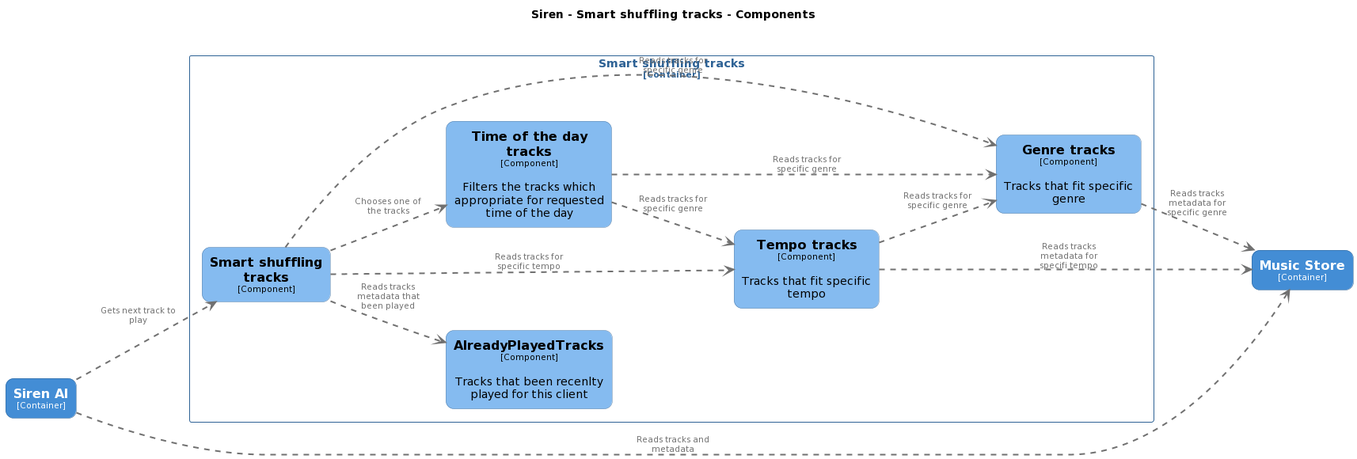
DenisZhukovski/Siren keeps this PlantUML diagram as docs/Siren.SmatrShuffling.Component.png. Above is the earlier version.
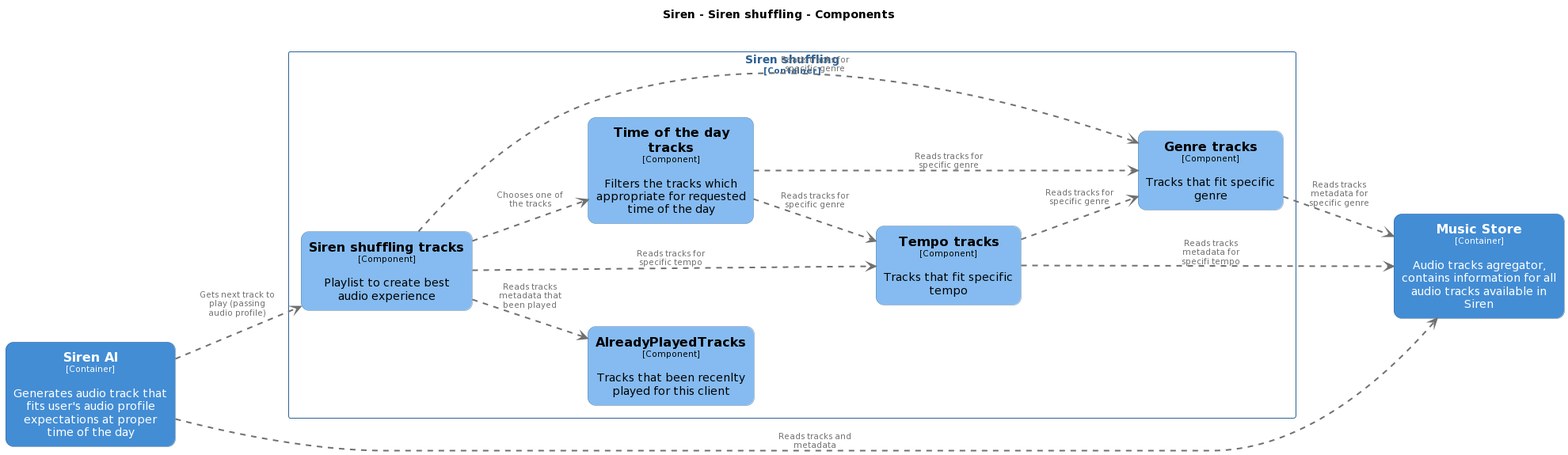
After the change.

What changed in the source:
```diff
@@ -1,6 +1,6 @@
 @startuml
 set separator none
-title Siren - Smart shuffling tracks - Components
+title Siren - Siren shuffling - Components
 
 left to right direction
 
@@ -13,14 +13,14 @@
 
 hide stereotype
 
-skinparam rectangle<<Siren.Smartshufflingtracks.AlreadyPlayedTracks>> {
+skinparam rectangle<<Siren.Sirenshuffling.AlreadyPlayedTracks>> {
   BackgroundColor #85bbf0
   FontColor #000000
   BorderColor #5d82a8
   roundCorner 20
   shadowing false
 }
-skinparam rectangle<<Siren.Smartshufflingtracks.Genretracks>> {
+skinparam rectangle<<Siren.Sirenshuffling.Genretracks>> {
   BackgroundColor #85bbf0
   FontColor #000000
   BorderColor #5d82a8
@@ -41,53 +41,53 @@
   roundCorner 20
   shadowing false
 }
-skinparam rectangle<<Siren.Smartshufflingtracks.Smartshufflingtracks>> {
+skinparam rectangle<<Siren.Sirenshuffling.Sirenshufflingtracks>> {
   BackgroundColor #85bbf0
   FontColor #000000
   BorderColor #5d82a8
   roundCorner 20
   shadowing false
 }
-skinparam rectangle<<Siren.Smartshufflingtracks.Tempotracks>> {
+skinparam rectangle<<Siren.Sirenshuffling.Tempotracks>> {
   BackgroundColor #85bbf0
   FontColor #000000
   BorderColor #5d82a8
   roundCorner 20
   shadowing false
 }
-skinparam rectangle<<Siren.Smartshufflingtracks.Timeofthedaytracks>> {
+skinparam rectangle<<Siren.Sirenshuffling.Timeofthedaytracks>> {
   BackgroundColor #85bbf0
   FontColor #000000
   BorderColor #5d82a8
   roundCorner 20
   shadowing false
 }
-skinparam rectangle<<Siren.Smartshufflingtracks>> {
+skinparam rectangle<<Siren.Sirenshuffling>> {
   BorderColor #2e6295
   FontColor #2e6295
   shadowing false
 }
 
-rectangle "==Music Store\n<size:10>[Container]</size>" <<Siren.MusicStore>> as Siren.MusicStore
-rectangle "==Siren AI\n<size:10>[Container]</size>" <<Siren.SirenAI>> as Siren.SirenAI
+rectangle "==Siren AI\n<size:10>[Container]</size>\n\nGenerates audio track that fits user's audio profile expectations at proper time of the day" <<Siren.SirenAI>> as Siren.SirenAI
+rectangle "==Music Store\n<size:10>[Container]</size>\n\nAudio tracks agregator, contains information for all audio tracks available in Siren" <<Siren.MusicStore>> as Siren.MusicStore
 
-rectangle "Smart shuffling tracks\n<size:10>[Container]</size>" <<Siren.Smartshufflingtracks>> {
-  rectangle "==Smart shuffling tracks\n<size:10>[Component]</size>" <<Siren.Smartshufflingtracks.Smartshufflingtracks>> as Siren.Smartshufflingtracks.Smartshufflingtracks
-  rectangle "==AlreadyPlayedTracks\n<size:10>[Component]</size>\n\nTracks that been recenlty played for this client" <<Siren.Smartshufflingtracks.AlreadyPlayedTracks>> as Siren.Smartshufflingtracks.AlreadyPlayedTracks
-  rectangle "==Time of the day tracks\n<size:10>[Component]</size>\n\nFilters the tracks which appropriate for requested time of the day" <<Siren.Smartshufflingtracks.Timeofthedaytracks>> as Siren.Smartshufflingtracks.Timeofthedaytracks
-  rectangle "==Tempo tracks\n<size:10>[Component]</size>\n\nTracks that fit specific tempo" <<Siren.Smartshufflingtracks.Tempotracks>> as Siren.Smartshufflingtracks.Tempotracks
-  rectangle "==Genre tracks\n<size:10>[Component]</size>\n\nTracks that fit specific genre" <<Siren.Smartshufflingtracks.Genretracks>> as Siren.Smartshufflingtracks.Genretracks
+rectangle "Siren shuffling\n<size:10>[Container]</size>" <<Siren.Sirenshuffling>> {
+  rectangle "==Siren shuffling tracks\n<size:10>[Component]</size>\n\nPlaylist to create best audio experience" <<Siren.Sirenshuffling.Sirenshufflingtracks>> as Siren.Sirenshuffling.Sirenshufflingtracks
+  rectangle "==AlreadyPlayedTracks\n<size:10>[Component]</size>\n\nTracks that been recenlty played for this client" <<Siren.Sirenshuffling.AlreadyPlayedTracks>> as Siren.Sirenshuffling.AlreadyPlayedTracks
+  rectangle "==Time of the day tracks\n<size:10>[Component]</size>\n\nFilters the tracks which appropriate for requested time of the day" <<Siren.Sirenshuffling.Timeofthedaytracks>> as Siren.Sirenshuffling.Timeofthedaytracks
+  rectangle "==Tempo tracks\n<size:10>[Component]</size>\n\nTracks that fit specific tempo" <<Siren.Sirenshuffling.Tempotracks>> as Siren.Sirenshuffling.Tempotracks
+  rectangle "==Genre tracks\n<size:10>[Component]</size>\n\nTracks that fit specific genre" <<Siren.Sirenshuffling.Genretracks>> as Siren.Sirenshuffling.Genretracks
 }
 
-Siren.SirenAI .[#707070,thickness=2].> Siren.Smartshufflingtracks.Smartshufflingtracks : "<color:#707070>Gets next track to play"
-Siren.Smartshufflingtracks.Smartshufflingtracks .[#707070,thickness=2].> Siren.Smartshufflingtracks.AlreadyPlayedTracks : "<color:#707070>Reads tracks metadata that been played"
-Siren.Smartshufflingtracks.Smartshufflingtracks .[#707070,thickness=2].> Siren.Smartshufflingtracks.Timeofthedaytracks : "<color:#707070>Chooses one of the tracks"
-Siren.Smartshufflingtracks.Smartshufflingtracks .[#707070,thickness=2].> Siren.Smartshufflingtracks.Tempotracks : "<color:#707070>Reads tracks for specific tempo"
-Siren.Smartshufflingtracks.Timeofthedaytracks .[#707070,thickness=2].> Siren.Smartshufflingtracks.Tempotracks : "<color:#707070>Reads tracks for specific genre"
-Siren.Smartshufflingtracks.Tempotracks .[#707070,thickness=2].> Siren.Smartshufflingtracks.Genretracks : "<color:#707070>Reads tracks for specific genre"
-Siren.Smartshufflingtracks.Smartshufflingtracks .[#707070,thickness=2].> Siren.Smartshufflingtracks.Genretracks : "<color:#707070>Reads tracks for specific genre"
-Siren.Smartshufflingtracks.Timeofthedaytracks .[#707070,thickness=2].> Siren.Smartshufflingtracks.Genretracks : "<color:#707070>Reads tracks for specific genre"
+Siren.SirenAI .[#707070,thickness=2].> Siren.Sirenshuffling.Sirenshufflingtracks : "<color:#707070>Gets next track to play (passing audio profile)"
+Siren.Sirenshuffling.Sirenshufflingtracks .[#707070,thickness=2].> Siren.Sirenshuffling.AlreadyPlayedTracks : "<color:#707070>Reads tracks metadata that been played"
+Siren.Sirenshuffling.Sirenshufflingtracks .[#707070,thickness=2].> Siren.Sirenshuffling.Timeofthedaytracks : "<color:#707070>Chooses one of the tracks"
+Siren.Sirenshuffling.Sirenshufflingtracks .[#707070,thickness=2].> Siren.Sirenshuffling.Tempotracks : "<color:#707070>Reads tracks for specific tempo"
+Siren.Sirenshuffling.Timeofthedaytracks .[#707070,thickness=2].> Siren.Sirenshuffling.Tempotracks : "<color:#707070>Reads tracks for specific genre"
+Siren.Sirenshuffling.Tempotracks .[#707070,thickness=2].> Siren.Sirenshuffling.Genretracks : "<color:#707070>Reads tracks for specific genre"
+Siren.Sirenshuffling.Sirenshufflingtracks .[#707070,thickness=2].> Siren.Sirenshuffling.Genretracks : "<color:#707070>Reads tracks for specific genre"
+Siren.Sirenshuffling.Timeofthedaytracks .[#707070,thickness=2].> Siren.Sirenshuffling.Genretracks : "<color:#707070>Reads tracks for specific genre"
 Siren.SirenAI .[#707070,thickness=2].> Siren.MusicStore : "<color:#707070>Reads tracks and metadata"
-Siren.Smartshufflingtracks.Genretracks .[#707070,thickness=2].> Siren.MusicStore : "<color:#707070>Reads tracks metadata for specific genre"
-Siren.Smartshufflingtracks.Tempotracks .[#707070,thickness=2].> Siren.MusicStore : "<color:#707070>Reads tracks metadata for specifi tempo"
+Siren.Sirenshuffling.Genretracks .[#707070,thickness=2].> Siren.MusicStore : "<color:#707070>Reads tracks metadata for specific genre"
+Siren.Sirenshuffling.Tempotracks .[#707070,thickness=2].> Siren.MusicStore : "<color:#707070>Reads tracks metadata for specifi tempo"
 @enduml
```
